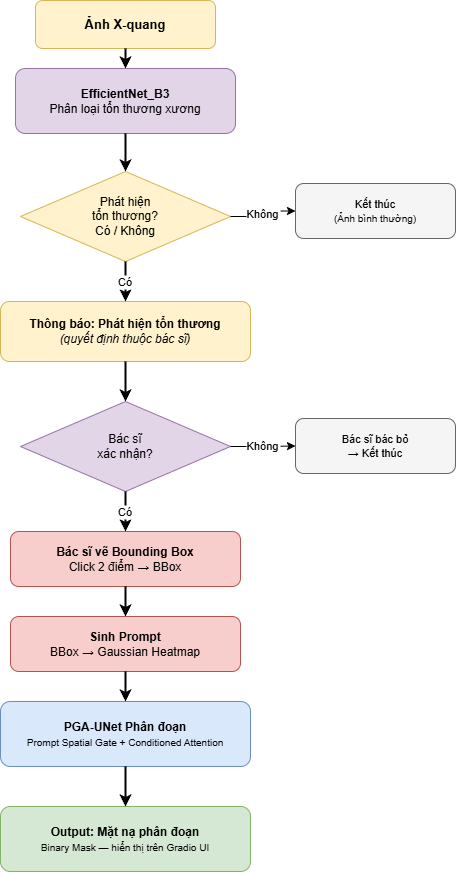
ThongLuc2k3/PGA_Unet2D keeps this draw.io diagram as Report/images/pipeline_pga_app_inference.png. Above is the earlier version. Source tidied: cells renumbered, new cells last; positions are measured from the earlier drawing's top-left corner, leaving out a move shared by most shapes.
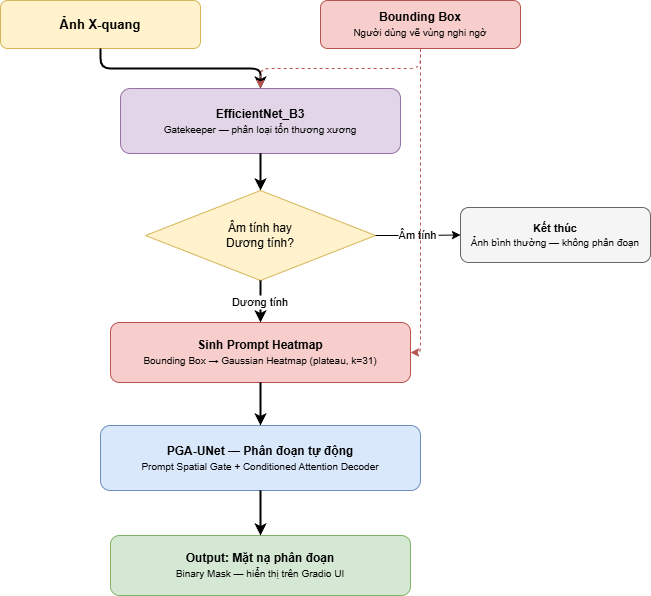
Above is the later version.

What changed in the source:
```diff
@@ -3,67 +3,57 @@
     <mxCell id="0" />
     <mxCell id="1" parent="0" />
     <mxCell id="2" value="&lt;b&gt;Ảnh X-quang&lt;/b&gt;" style="rounded=1;whiteSpace=wrap;html=1;fillColor=#fff2cc;strokeColor=#d6b656;fontSize=13;" parent="1" vertex="1">
-      <mxGeometry x="35" width="180" height="48" as="geometry" />
+      <mxGeometry x="-135" y="5" width="200" height="48" as="geometry" />
     </mxCell>
+    <mxCell id="23" value="&lt;b&gt;Bounding Box&lt;/b&gt;&lt;br&gt;&lt;font style=&quot;font-size:10px;&quot;&gt;Người dùng vẽ vùng nghi ngờ&lt;/font&gt;" style="rounded=1;whiteSpace=wrap;html=1;fillColor=#f8cecc;strokeColor=#b85450;fontSize=12;" parent="1" vertex="1">
+      <mxGeometry x="185" y="5" width="200" height="48" as="geometry" />
+    </mxCell>
-    <mxCell id="3" value="&lt;b&gt;EfficientNet_B3&lt;/b&gt;&lt;br&gt;Phân loại tổn thương xương" style="rounded=1;whiteSpace=wrap;html=1;fillColor=#e1d5e7;strokeColor=#9673a6;fontSize=12;" parent="1" vertex="1">
-      <mxGeometry x="15" y="68" width="220" height="65" as="geometry" />
+    <mxCell id="3" value="&lt;b&gt;EfficientNet_B3&lt;/b&gt;&lt;br&gt;&lt;font style=&quot;font-size:10px;&quot;&gt;Gatekeeper — phân loại tổn thương xương&lt;/font&gt;" style="rounded=1;whiteSpace=wrap;html=1;fillColor=#e1d5e7;strokeColor=#9673a6;fontSize=12;" parent="1" vertex="1">
+      <mxGeometry x="-15" y="93" width="280" height="65" as="geometry" />
     </mxCell>
-    <mxCell id="4" value="Phát hiện&lt;br&gt;tổn thương?&lt;div&gt;Có / Không&lt;/div&gt;" style="rhombus;whiteSpace=wrap;html=1;fillColor=#fff2cc;strokeColor=#d6b656;fontSize=12;" parent="1" vertex="1">
-      <mxGeometry x="20" y="171" width="210" height="90" as="geometry" />
-    </mxCell>
-    <mxCell id="5" value="Kết thúc&lt;br&gt;&lt;font style=&quot;font-size:10px;&quot;&gt;(Ảnh bình thường)&lt;/font&gt;" style="rounded=1;whiteSpace=wrap;html=1;fillColor=#f5f5f5;strokeColor=#666666;fontSize=11;" parent="1" vertex="1">
-      <mxGeometry x="295" y="183" width="160" height="55" as="geometry" />
-    </mxCell>
-    <mxCell id="6" value="&lt;b&gt;Thông báo: Phát hiện tổn thương&lt;/b&gt;&lt;br&gt;&lt;i&gt;(quyết định thuộc bác sĩ)&lt;/i&gt;" style="rounded=1;whiteSpace=wrap;html=1;fillColor=#fff2cc;strokeColor=#d6b656;fontSize=12;" parent="1" vertex="1">
-      <mxGeometry y="301" width="250" height="60" as="geometry" />
-    </mxCell>
-    <mxCell id="7" value="Bác sĩ&lt;br&gt;xác nhận?" style="rhombus;whiteSpace=wrap;html=1;fillColor=#e1d5e7;strokeColor=#9673a6;fontSize=12;" parent="1" vertex="1">
-      <mxGeometry x="20" y="401" width="210" height="90" as="geometry" />
-    </mxCell>
-    <mxCell id="8" value="Bác sĩ bác bỏ&lt;br&gt;→ Kết thúc" style="rounded=1;whiteSpace=wrap;html=1;fillColor=#f5f5f5;strokeColor=#666666;fontSize=11;" parent="1" vertex="1">
-      <mxGeometry x="295" y="418" width="160" height="55" as="geometry" />
-    </mxCell>
-    <mxCell id="9" value="&lt;b&gt;Bác sĩ vẽ Bounding Box&lt;/b&gt;&lt;br&gt;Click 2 điểm → BBox" style="rounded=1;whiteSpace=wrap;html=1;fillColor=#f8cecc;strokeColor=#b85450;fontSize=12;" parent="1" vertex="1">
-      <mxGeometry x="10" y="531" width="230" height="55" as="geometry" />
-    </mxCell>
+    <mxCell id="24" value="Âm tính hay&lt;br&gt;Dương tính?" style="rhombus;whiteSpace=wrap;html=1;fillColor=#fff2cc;strokeColor=#d6b656;fontSize=12;" parent="1" vertex="1">
+      <mxGeometry x="10" y="195" width="230" height="90" as="geometry" />
+    </mxCell>
+    <mxCell id="25" value="&lt;b&gt;Kết thúc&lt;/b&gt;&lt;br&gt;&lt;font style=&quot;font-size:10px;&quot;&gt;Ảnh bình thường — không phân đoạn&lt;/font&gt;" style="rounded=1;whiteSpace=wrap;html=1;fillColor=#f5f5f5;strokeColor=#666666;fontSize=11;" parent="1" vertex="1">
+      <mxGeometry x="325" y="212" width="190" height="55" as="geometry" />
+    </mxCell>
-    <mxCell id="10" value="&lt;b&gt;Sinh Prompt&lt;/b&gt;&lt;br&gt;BBox → Gaussian Heatmap" style="rounded=1;whiteSpace=wrap;html=1;fillColor=#f8cecc;strokeColor=#b85450;fontSize=12;" parent="1" vertex="1">
-      <mxGeometry x="10" y="616" width="230" height="55" as="geometry" />
+    <mxCell id="10" value="&lt;b&gt;Sinh Prompt Heatmap&lt;/b&gt;&lt;br&gt;&lt;font style=&quot;font-size:10px;&quot;&gt;Bounding Box → Gaussian Heatmap (plateau, k=31)&lt;/font&gt;" style="rounded=1;whiteSpace=wrap;html=1;fillColor=#f8cecc;strokeColor=#b85450;fontSize=12;" parent="1" vertex="1">
+      <mxGeometry x="-25" y="327" width="300" height="60" as="geometry" />
     </mxCell>
-    <mxCell id="11" value="&lt;b&gt;PGA-UNet Phân đoạn&lt;/b&gt;&lt;br&gt;&lt;font style=&quot;font-size:10px;&quot;&gt;Prompt Spatial Gate + Conditioned Attention&lt;/font&gt;" style="rounded=1;whiteSpace=wrap;html=1;fillColor=#dae8fc;strokeColor=#6c8ebf;fontSize=12;" parent="1" vertex="1">
-      <mxGeometry y="701" width="250" height="65" as="geometry" />
+    <mxCell id="11" value="&lt;b&gt;PGA-UNet — Phân đoạn tự động&lt;/b&gt;&lt;br&gt;&lt;font style=&quot;font-size:10px;&quot;&gt;Prompt Spatial Gate + Conditioned Attention Decoder&lt;/font&gt;" style="rounded=1;whiteSpace=wrap;html=1;fillColor=#dae8fc;strokeColor=#6c8ebf;fontSize=12;" parent="1" vertex="1">
+      <mxGeometry x="-35" y="430" width="320" height="65" as="geometry" />
     </mxCell>
     <mxCell id="12" value="&lt;b&gt;Output: Mặt nạ phân đoạn&lt;/b&gt;&lt;br&gt;&lt;font style=&quot;font-size:10px;&quot;&gt;Binary Mask — hiển thị trên Gradio UI&lt;/font&gt;" style="rounded=1;whiteSpace=wrap;html=1;fillColor=#d5e8d4;strokeColor=#82b366;fontSize=12;" parent="1" vertex="1">
-      <mxGeometry y="806" width="250" height="65" as="geometry" />
+      <mxGeometry x="-25" y="540" width="300" height="60" as="geometry" />
     </mxCell>
     <mxCell id="13" style="edgeStyle=orthogonalEdgeStyle;strokeWidth=2;" parent="1" edge="1" source="2" target="3">
       <mxGeometry relative="1" as="geometry" />
     </mxCell>
+    <mxCell id="26" style="edgeStyle=orthogonalEdgeStyle;strokeWidth=1;dashed=1;strokeColor=#b85450;" parent="1" edge="1" source="23" target="3">
+      <mxGeometry relative="1" as="geometry" />
+    </mxCell>
-    <mxCell id="14" style="edgeStyle=orthogonalEdgeStyle;strokeWidth=2;" parent="1" edge="1" source="3" target="4">
+    <mxCell id="14" style="edgeStyle=orthogonalEdgeStyle;strokeWidth=2;" parent="1" edge="1" source="3" target="24">
       <mxGeometry relative="1" as="geometry" />
     </mxCell>
-    <mxCell id="15" value="Không" style="edgeStyle=orthogonalEdgeStyle;fontSize=11;" parent="1" edge="1" source="4" target="5">
+    <mxCell id="15" value="Âm tính" style="edgeStyle=orthogonalEdgeStyle;fontSize=11;" parent="1" edge="1" source="24" target="25">
       <mxGeometry relative="1" as="geometry" />
     </mxCell>
-    <mxCell id="16" value="Có" style="edgeStyle=orthogonalEdgeStyle;strokeWidth=2;fontSize=11;" parent="1" edge="1" source="4" target="6">
+    <mxCell id="16" value="Dương tính" style="edgeStyle=orthogonalEdgeStyle;strokeWidth=2;fontSize=11;" parent="1" edge="1" source="24" target="10">
       <mxGeometry relative="1" as="geometry" />
     </mxCell>
+    <mxCell id="27" style="edgeStyle=orthogonalEdgeStyle;strokeWidth=1;dashed=1;strokeColor=#b85450;" parent="1" edge="1" source="23" target="10">
+      <mxGeometry relative="1" as="geometry">
+        <Array as="points">
+          <mxPoint x="285" y="240" />
+          <mxPoint x="285" y="357" />
+        </Array>
+      </mxGeometry>
+    </mxCell>
-    <mxCell id="17" style="edgeStyle=orthogonalEdgeStyle;strokeWidth=2;" parent="1" edge="1" source="6" target="7">
+    <mxCell id="17" style="edgeStyle=orthogonalEdgeStyle;strokeWidth=2;" parent="1" edge="1" source="10" target="11">
       <mxGeometry relative="1" as="geometry" />
     </mxCell>
-    <mxCell id="18" value="Không" style="edgeStyle=orthogonalEdgeStyle;fontSize=11;" parent="1" edge="1" source="7" target="8">
+    <mxCell id="18" style="edgeStyle=orthogonalEdgeStyle;strokeWidth=2;" parent="1" edge="1" source="11" target="12">
       <mxGeometry relative="1" as="geometry" />
     </mxCell>
-    <mxCell id="19" value="Có" style="edgeStyle=orthogonalEdgeStyle;strokeWidth=2;fontSize=11;" parent="1" edge="1" source="7" target="9">
-      <mxGeometry relative="1" as="geometry" />
-    </mxCell>
-    <mxCell id="20" style="edgeStyle=orthogonalEdgeStyle;strokeWidth=2;" parent="1" edge="1" source="9" target="10">
-      <mxGeometry relative="1" as="geometry" />
-    </mxCell>
-    <mxCell id="21" style="edgeStyle=orthogonalEdgeStyle;strokeWidth=2;" parent="1" edge="1" source="10" target="11">
-      <mxGeometry relative="1" as="geometry" />
-    </mxCell>
-    <mxCell id="22" style="edgeStyle=orthogonalEdgeStyle;strokeWidth=2;" parent="1" edge="1" source="11" target="12">
-      <mxGeometry relative="1" as="geometry" />
-    </mxCell>
   </root>
 </mxGraphModel>
```
